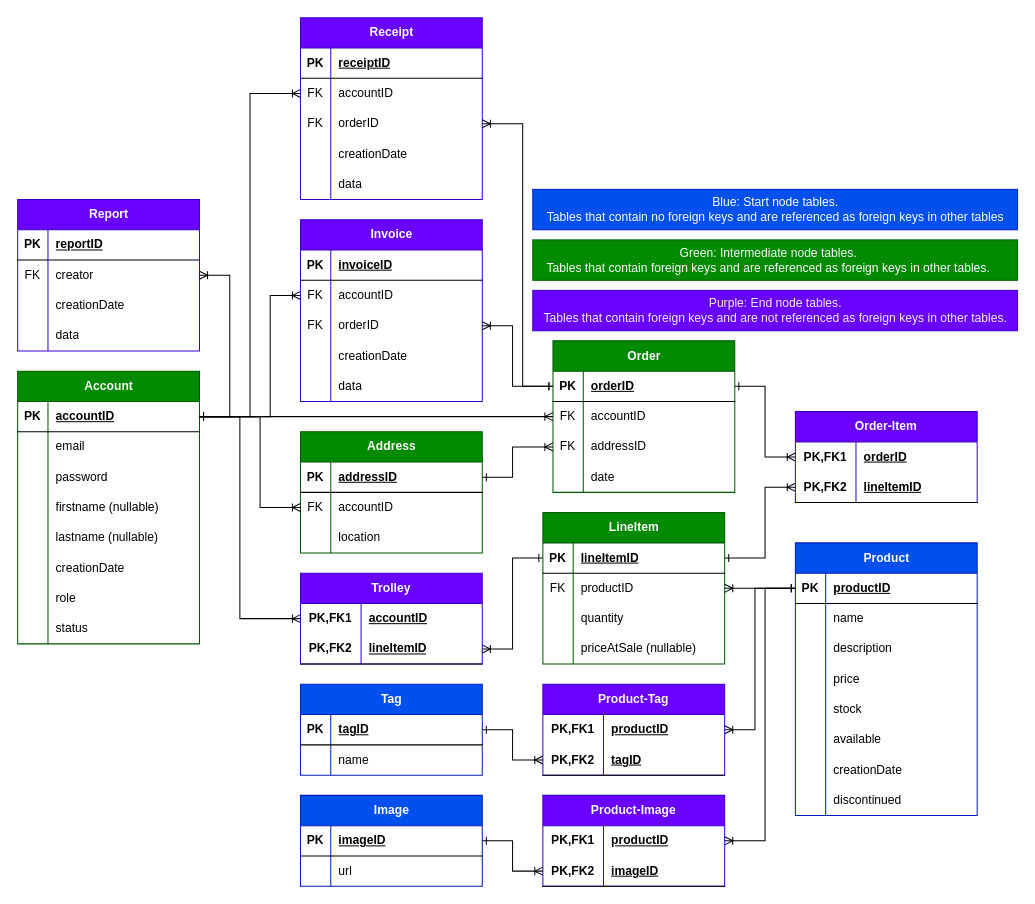
Earlier version of the draw.io diagram ER_Diagram.drawio (DylanGlenister/Software_Assign03). Source tidied: cells renumbered, new cells numbered last; positions are measured from the earlier drawing's top-left corner, leaving out a move shared by most shapes. Both pictures are drawn from the tidied source at 101%, with x=0, y=0 at pixel (17, 17).
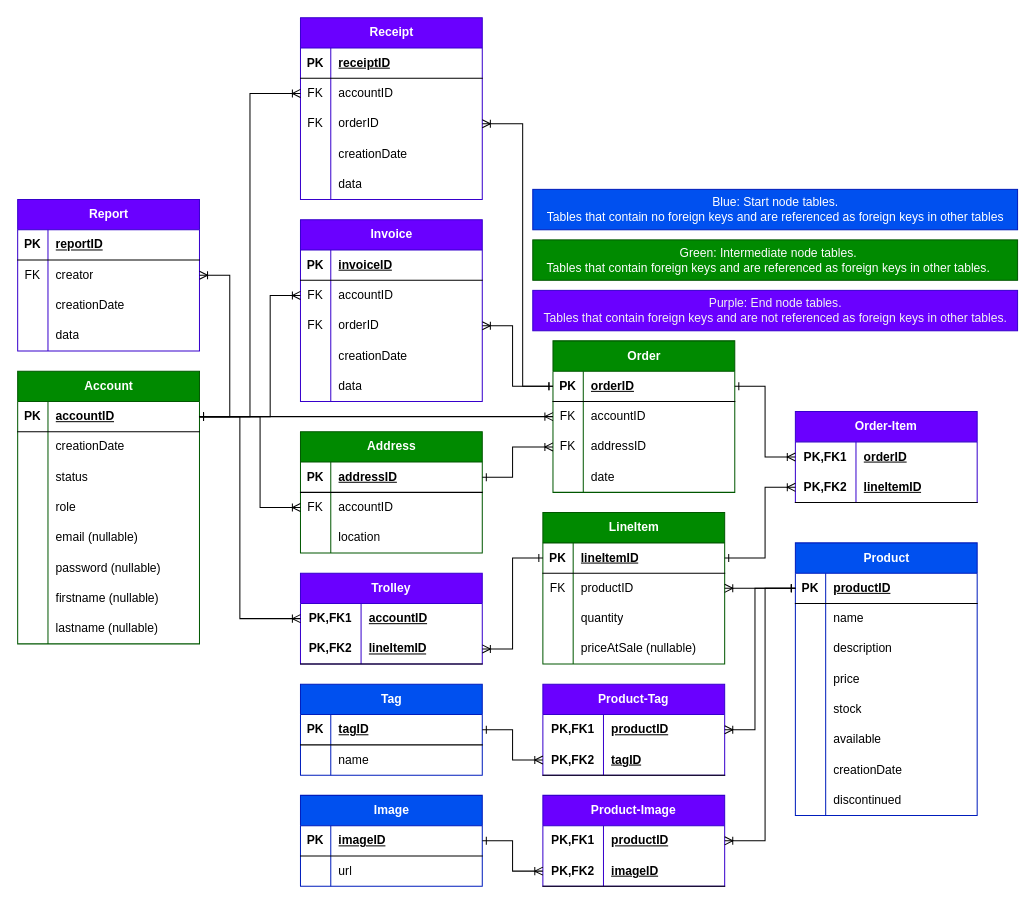
The same page after the edit.

Unchanged cells that the change refers to:
```xml
<mxCell id="53" value="Account" style="shape=table;startSize=30;childLayout=tableLayout;rowLines=0;fontStyle=1;align=center;html=1;fillColor=#008a00;fontColor=#ffffff;strokeColor=#005700;" parent="1" vertex="1">
  <mxGeometry y="350" width="180" height="270" as="geometry" />
</mxCell>
```

The edit, as a diff of the source:
```diff
@@
+    <mxCell id="197" style="shape=tableRow;horizontal=0;startSize=0;swimlaneHead=0;swimlaneBody=0;fillColor=none;top=0;left=0;right=0;bottom=0;" parent="53" vertex="1">
+      <mxGeometry y="60" width="180" height="30" as="geometry" />
+    </mxCell>
+    <mxCell id="198" style="shape=partialRectangle;fillColor=none;top=0;left=0;bottom=0;right=0;overflow=hidden;whiteSpace=wrap;html=1;" parent="197" vertex="1">
+      <mxGeometry width="30" height="30" as="geometry" />
+    </mxCell>
+    <mxCell id="71" value="creationDate" style="shape=partialRectangle;fillColor=none;top=0;left=0;bottom=0;right=0;align=left;spacingLeft=6;overflow=hidden;whiteSpace=wrap;html=1;" parent="197" vertex="1">
+      <mxGeometry x="30" width="150" height="30" as="geometry" />
+    </mxCell>
+    <mxCell id="199" style="shape=tableRow;horizontal=0;startSize=0;swimlaneHead=0;swimlaneBody=0;fillColor=none;top=0;left=0;right=0;bottom=0;" parent="53" vertex="1">
+      <mxGeometry y="90" width="180" height="30" as="geometry" />
+    </mxCell>
+    <mxCell id="200" style="shape=partialRectangle;fillColor=none;top=0;left=0;bottom=0;right=0;overflow=hidden;whiteSpace=wrap;html=1;" parent="199" vertex="1">
+      <mxGeometry width="30" height="30" as="geometry" />
+    </mxCell>
+    <mxCell id="77" value="status" style="shape=partialRectangle;fillColor=none;top=0;left=0;bottom=0;right=0;align=left;spacingLeft=6;overflow=hidden;whiteSpace=wrap;html=1;" parent="199" vertex="1">
+      <mxGeometry x="30" width="150" height="30" as="geometry" />
+    </mxCell>
+    <mxCell id="201" style="shape=tableRow;horizontal=0;startSize=0;swimlaneHead=0;swimlaneBody=0;fillColor=none;top=0;left=0;right=0;bottom=0;" parent="53" vertex="1">
+      <mxGeometry y="120" width="180" height="30" as="geometry" />
+    </mxCell>
+    <mxCell id="202" style="shape=partialRectangle;fillColor=none;top=0;left=0;bottom=0;right=0;overflow=hidden;whiteSpace=wrap;html=1;" parent="201" vertex="1">
+      <mxGeometry width="30" height="30" as="geometry" />
+    </mxCell>
+    <mxCell id="74" value="role" style="shape=partialRectangle;fillColor=none;top=0;left=0;bottom=0;right=0;align=left;spacingLeft=6;overflow=hidden;whiteSpace=wrap;html=1;" parent="201" vertex="1">
+      <mxGeometry x="30" width="150" height="30" as="geometry" />
+    </mxCell>
     <mxCell id="57" style="shape=tableRow;horizontal=0;startSize=0;swimlaneHead=0;swimlaneBody=0;fillColor=none;top=0;left=0;right=0;bottom=0;" parent="53" vertex="1">
-      <mxGeometry y="60" width="180" height="30" as="geometry" />
+      <mxGeometry y="150" width="180" height="30" as="geometry" />
     </mxCell>
@@
-    <mxCell id="59" value="email" style="shape=partialRectangle;fillColor=none;top=0;left=0;bottom=0;right=0;align=left;spacingLeft=6;overflow=hidden;whiteSpace=wrap;html=1;" parent="57" vertex="1">
+    <mxCell id="59" value="email (nullable)" style="shape=partialRectangle;fillColor=none;top=0;left=0;bottom=0;right=0;align=left;spacingLeft=6;overflow=hidden;whiteSpace=wrap;html=1;" parent="57" vertex="1">
       <mxGeometry x="30" width="150" height="30" as="geometry" />
     </mxCell>
     <mxCell id="60" style="shape=tableRow;horizontal=0;startSize=0;swimlaneHead=0;swimlaneBody=0;fillColor=none;top=0;left=0;right=0;bottom=0;" parent="53" vertex="1">
-      <mxGeometry y="90" width="180" height="30" as="geometry" />
+      <mxGeometry y="180" width="180" height="30" as="geometry" />
     </mxCell>
@@
-    <mxCell id="62" value="password" style="shape=partialRectangle;fillColor=none;top=0;left=0;bottom=0;right=0;align=left;spacingLeft=6;overflow=hidden;whiteSpace=wrap;html=1;" parent="60" vertex="1">
+    <mxCell id="62" value="password (nullable)" style="shape=partialRectangle;fillColor=none;top=0;left=0;bottom=0;right=0;align=left;spacingLeft=6;overflow=hidden;whiteSpace=wrap;html=1;" parent="60" vertex="1">
       <mxGeometry x="30" width="150" height="30" as="geometry" />
     </mxCell>
     <mxCell id="63" style="shape=tableRow;horizontal=0;startSize=0;swimlaneHead=0;swimlaneBody=0;fillColor=none;top=0;left=0;right=0;bottom=0;" parent="53" vertex="1">
-      <mxGeometry y="120" width="180" height="30" as="geometry" />
+      <mxGeometry y="210" width="180" height="30" as="geometry" />
     </mxCell>
@@
     <mxCell id="66" style="shape=tableRow;horizontal=0;startSize=0;swimlaneHead=0;swimlaneBody=0;fillColor=none;top=0;left=0;right=0;bottom=0;" parent="53" vertex="1">
-      <mxGeometry y="150" width="180" height="30" as="geometry" />
+      <mxGeometry y="240" width="180" height="30" as="geometry" />
     </mxCell>
@@
-    <mxCell id="69" style="shape=tableRow;horizontal=0;startSize=0;swimlaneHead=0;swimlaneBody=0;fillColor=none;top=0;left=0;right=0;bottom=0;" parent="53" vertex="1">
-      <mxGeometry y="180" width="180" height="30" as="geometry" />
-    </mxCell>
-    <mxCell id="70" style="shape=partialRectangle;fillColor=none;top=0;left=0;bottom=0;right=0;overflow=hidden;whiteSpace=wrap;html=1;" parent="69" vertex="1">
-      <mxGeometry width="30" height="30" as="geometry" />
-    </mxCell>
-    <mxCell id="71" value="creationDate" style="shape=partialRectangle;fillColor=none;top=0;left=0;bottom=0;right=0;align=left;spacingLeft=6;overflow=hidden;whiteSpace=wrap;html=1;" parent="69" vertex="1">
-      <mxGeometry x="30" width="150" height="30" as="geometry" />
-    </mxCell>
-    <mxCell id="72" style="shape=tableRow;horizontal=0;startSize=0;swimlaneHead=0;swimlaneBody=0;fillColor=none;top=0;left=0;right=0;bottom=0;" parent="53" vertex="1">
-      <mxGeometry y="210" width="180" height="30" as="geometry" />
-    </mxCell>
-    <mxCell id="73" style="shape=partialRectangle;fillColor=none;top=0;left=0;bottom=0;right=0;overflow=hidden;whiteSpace=wrap;html=1;" parent="72" vertex="1">
-      <mxGeometry width="30" height="30" as="geometry" />
-    </mxCell>
-    <mxCell id="74" value="role" style="shape=partialRectangle;fillColor=none;top=0;left=0;bottom=0;right=0;align=left;spacingLeft=6;overflow=hidden;whiteSpace=wrap;html=1;" parent="72" vertex="1">
-      <mxGeometry x="30" width="150" height="30" as="geometry" />
-    </mxCell>
-    <mxCell id="75" style="shape=tableRow;horizontal=0;startSize=0;swimlaneHead=0;swimlaneBody=0;fillColor=none;top=0;left=0;right=0;bottom=0;" parent="53" vertex="1">
-      <mxGeometry y="240" width="180" height="30" as="geometry" />
-    </mxCell>
-    <mxCell id="76" style="shape=partialRectangle;fillColor=none;top=0;left=0;bottom=0;right=0;overflow=hidden;whiteSpace=wrap;html=1;" parent="75" vertex="1">
-      <mxGeometry width="30" height="30" as="geometry" />
-    </mxCell>
-    <mxCell id="77" value="status" style="shape=partialRectangle;fillColor=none;top=0;left=0;bottom=0;right=0;align=left;spacingLeft=6;overflow=hidden;whiteSpace=wrap;html=1;" parent="75" vertex="1">
-      <mxGeometry x="30" width="150" height="30" as="geometry" />
-    </mxCell>
```
